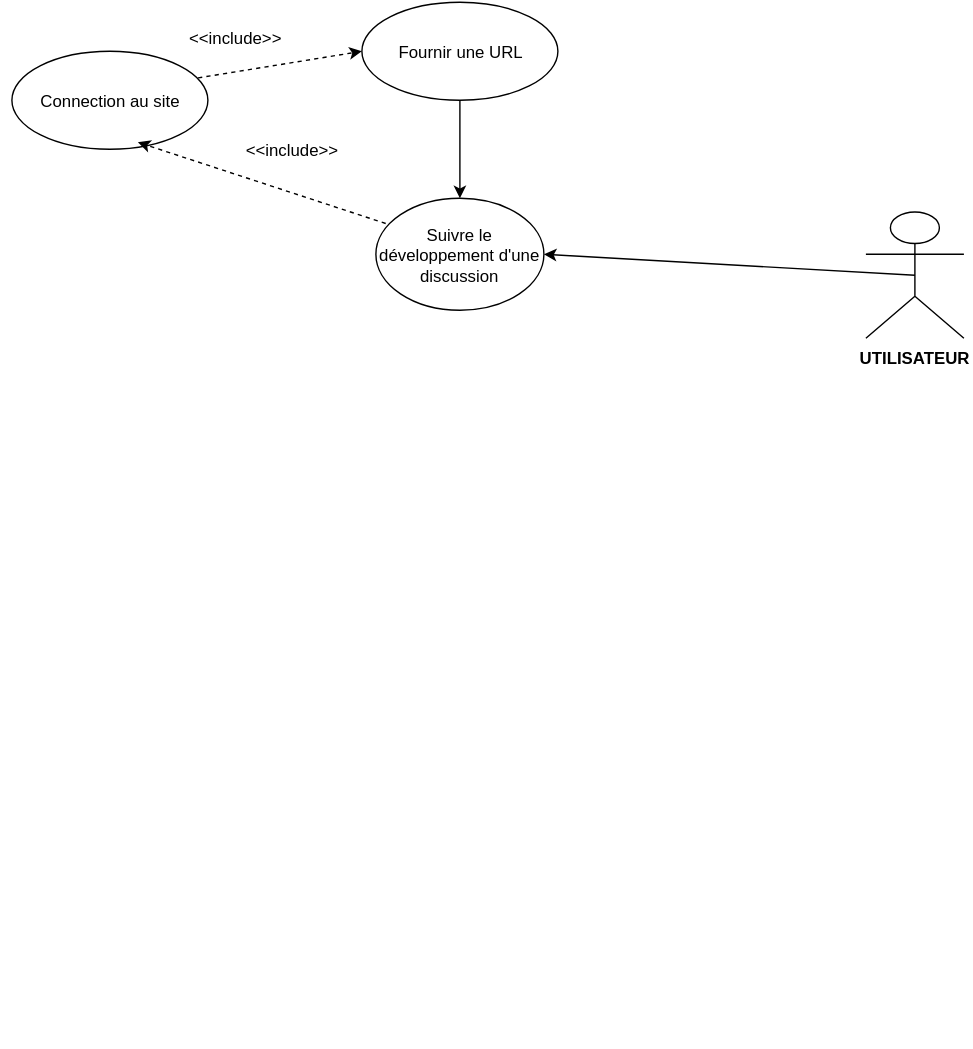
Zeriuno/crawler keeps this draw.io diagram as 29-04/UseCase.svg. Above is the earlier version. Source tidied: cells renumbered, new cells last; positions are measured from the earlier drawing's top-left corner, leaving out a move shared by most shapes. The source it was exported from:
```xml
<mxGraphModel background="#ffffff">
  <root>
    <mxCell id="0" />
    <mxCell id="1" parent="0" />
    <mxCell id="2" value="&lt;p&gt;Connection au site&lt;/p&gt;" style="ellipse;whiteSpace=wrap;html=1;" parent="1" vertex="1">
      <mxGeometry y="35" width="140" height="70" as="geometry" />
    </mxCell>
    <mxCell id="3" value="&lt;p&gt;&lt;span&gt;Fournir une &lt;/span&gt;&lt;span&gt;URL&lt;/span&gt;&lt;/p&gt;" style="ellipse;whiteSpace=wrap;html=1;" parent="1" vertex="1">
      <mxGeometry x="250" width="140" height="70" as="geometry" />
    </mxCell>
    <mxCell id="4" value="&lt;b&gt;UTILISATEUR&lt;/b&gt;" style="shape=umlActor;verticalLabelPosition=bottom;labelBackgroundColor=#ffffff;verticalAlign=top;html=1;fillColor=#ffffff;strokeColor=#000000;" parent="1" vertex="1">
      <mxGeometry x="610" y="150" width="70" height="90" as="geometry" />
    </mxCell>
    <mxCell id="5" style="edgeStyle=orthogonalEdgeStyle;rounded=0;html=1;exitX=1;exitY=0.75;entryX=1;entryY=0.75;jettySize=auto;orthogonalLoop=1;" parent="1" edge="1">
      <mxGeometry relative="1" as="geometry">
        <mxPoint y="738" as="sourcePoint" />
        <mxPoint y="738" as="targetPoint" />
      </mxGeometry>
    </mxCell>
    <mxCell id="6" value="&amp;lt;&amp;lt;include&amp;gt;&amp;gt;" style="text;html=1;strokeColor=none;fillColor=none;align=center;verticalAlign=middle;whiteSpace=wrap;overflow=hidden;" parent="1" vertex="1">
      <mxGeometry x="160" y="95" width="80" height="20" as="geometry" />
    </mxCell>
    <mxCell id="7" value="Suivre le développement d'une discussion&lt;br&gt;" style="ellipse;whiteSpace=wrap;html=1;" parent="1" vertex="1">
      <mxGeometry x="260" y="140" width="120" height="80" as="geometry" />
    </mxCell>
    <mxCell id="8" style="endArrow=classic;html=1;exitX=0.5;exitY=1;entryX=0.5;entryY=0;" parent="1" edge="1" source="3" target="7">
      <mxGeometry relative="1" as="geometry" />
    </mxCell>
    <mxCell id="9" style="endArrow=classic;html=1;exitX=0.058;exitY=0.225;exitPerimeter=0;dashed=1;" parent="1" edge="1" source="7">
      <mxGeometry relative="1" as="geometry">
        <mxPoint x="90" y="100" as="targetPoint" />
      </mxGeometry>
    </mxCell>
    <mxCell id="10" value="&amp;lt;&amp;lt;include&amp;gt;&amp;gt;" style="text;html=1;strokeColor=none;fillColor=none;align=center;verticalAlign=middle;whiteSpace=wrap;overflow=hidden;" parent="1" vertex="1">
      <mxGeometry x="124" y="15" width="72" height="20" as="geometry" />
    </mxCell>
    <mxCell id="11" style="endArrow=classic;html=1;dashed=1;entryX=0;entryY=0.5;exitX=0.95;exitY=0.271;exitPerimeter=0;" parent="1" edge="1" source="2" target="3">
      <mxGeometry relative="1" as="geometry" />
    </mxCell>
    <mxCell id="12" style="endArrow=classic;html=1;exitX=0.5;exitY=0.5;exitPerimeter=0;entryX=1;entryY=0.5;" parent="1" edge="1" source="4" target="7">
      <mxGeometry relative="1" as="geometry" />
    </mxCell>
  </root>
</mxGraphModel>
```
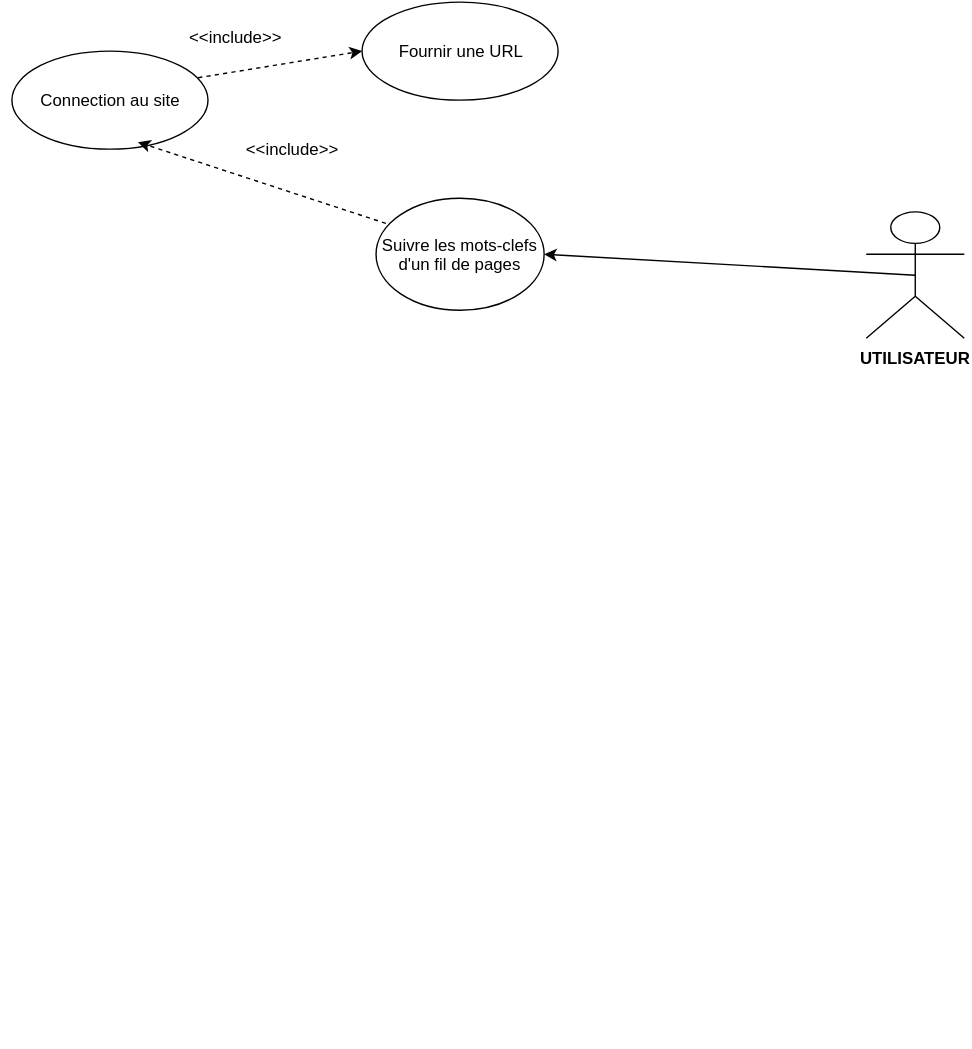
After the change.

Commit message:
Pas de flèche entre 'fournir une URL' et 'Suivre les mots-clefs d'un fil de pages'

What changed in the source:
```diff
@@ -20,12 +20,9 @@
     <mxCell id="6" value="&amp;lt;&amp;lt;include&amp;gt;&amp;gt;" style="text;html=1;strokeColor=none;fillColor=none;align=center;verticalAlign=middle;whiteSpace=wrap;overflow=hidden;" parent="1" vertex="1">
       <mxGeometry x="160" y="95" width="80" height="20" as="geometry" />
     </mxCell>
-    <mxCell id="7" value="Suivre le développement d'une discussion&lt;br&gt;" style="ellipse;whiteSpace=wrap;html=1;" parent="1" vertex="1">
+    <mxCell id="7" value="Suivre les mots-clefs d'un fil de pages&lt;br&gt;" style="ellipse;whiteSpace=wrap;html=1;" parent="1" vertex="1">
       <mxGeometry x="260" y="140" width="120" height="80" as="geometry" />
     </mxCell>
-    <mxCell id="8" style="endArrow=classic;html=1;exitX=0.5;exitY=1;entryX=0.5;entryY=0;" parent="1" edge="1" source="3" target="7">
-      <mxGeometry relative="1" as="geometry" />
-    </mxCell>
     <mxCell id="9" style="endArrow=classic;html=1;exitX=0.058;exitY=0.225;exitPerimeter=0;dashed=1;" parent="1" edge="1" source="7">
       <mxGeometry relative="1" as="geometry">
         <mxPoint x="90" y="100" as="targetPoint" />
```
